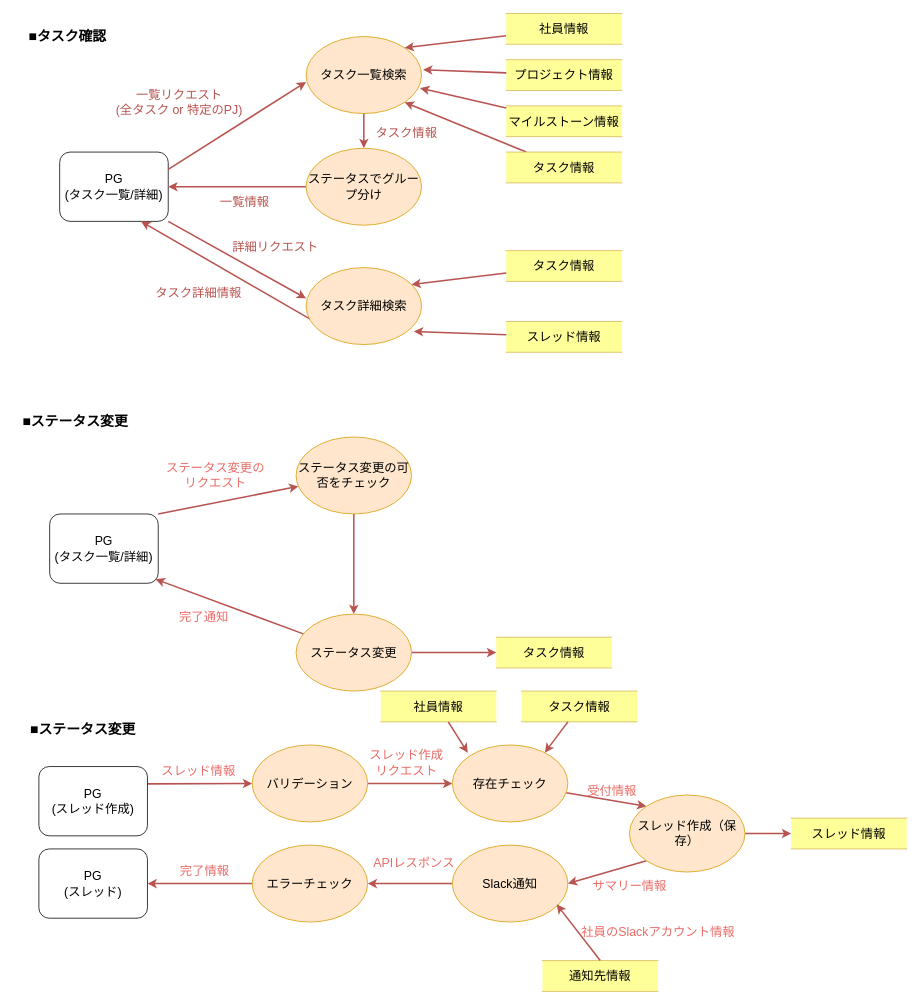
This is page "DFD" (3 of 3) of functional-design.drawio from haseryo0403/functional-design-technical-design, a draw.io file, before an edit. Source tidied: cells renumbered, new cells numbered last; positions are measured from the earlier drawing's top-left corner, leaving out a move shared by most shapes. Both pictures are drawn from the tidied source at 77%, with x=0, y=0 at pixel (13, 13).
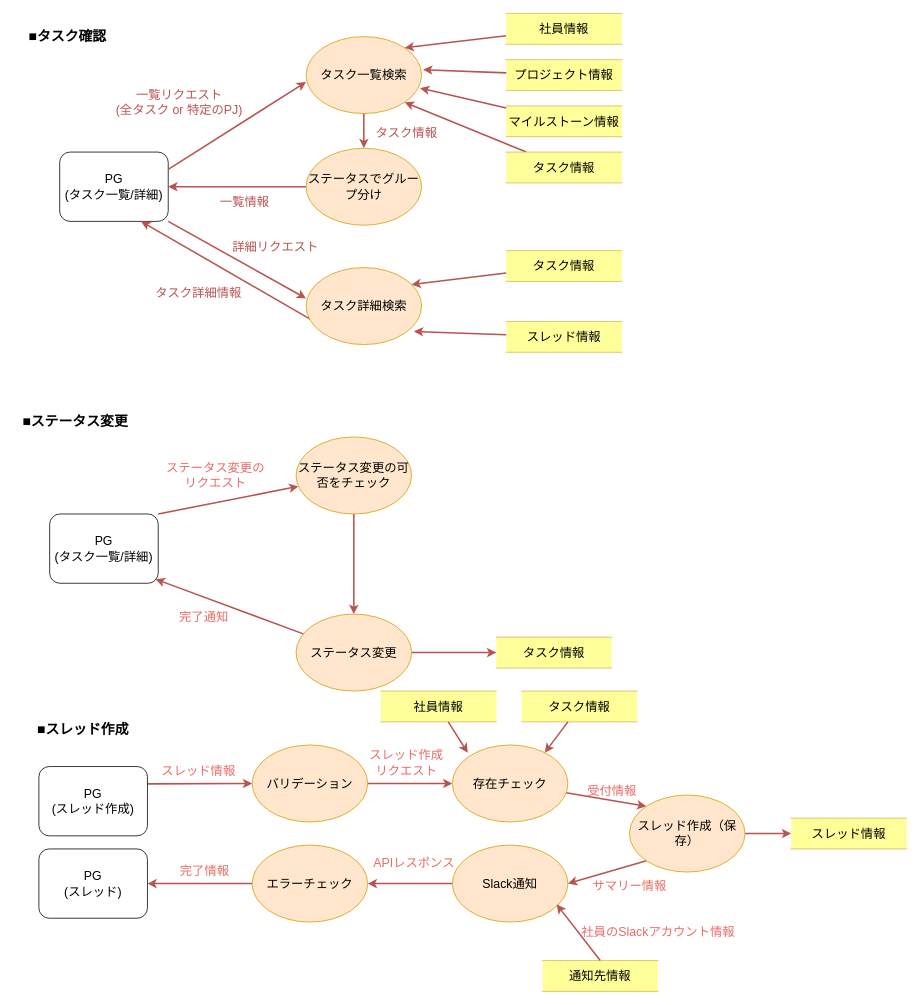
The same page after the edit.

Commit message:
functional-design.drawio を更新します

The edit, as a diff of the source:
```diff
@@
-    <mxCell id="40" value="&lt;font size=&quot;1&quot; style=&quot;&quot;&gt;&lt;b style=&quot;font-size: 18px;&quot;&gt;■ステータス変更&lt;/b&gt;&lt;/font&gt;" style="text;html=1;align=center;verticalAlign=middle;strokeColor=none;fillColor=none;fontFamily=Helvetica;fontSize=11;fontColor=#000000;labelBackgroundColor=default;" parent="1" vertex="1">
-      <mxGeometry x="10" y="910" width="160" height="40" as="geometry" />
+    <mxCell id="40" value="&lt;font size=&quot;1&quot; style=&quot;&quot;&gt;&lt;b style=&quot;font-size: 18px;&quot;&gt;■スレッド作成&lt;/b&gt;&lt;/font&gt;" style="text;html=1;align=center;verticalAlign=middle;strokeColor=none;fillColor=none;fontFamily=Helvetica;fontSize=11;fontColor=#000000;labelBackgroundColor=default;" parent="1" vertex="1">
+      <mxGeometry x="20" y="910" width="140" height="40" as="geometry" />
     </mxCell>
```
